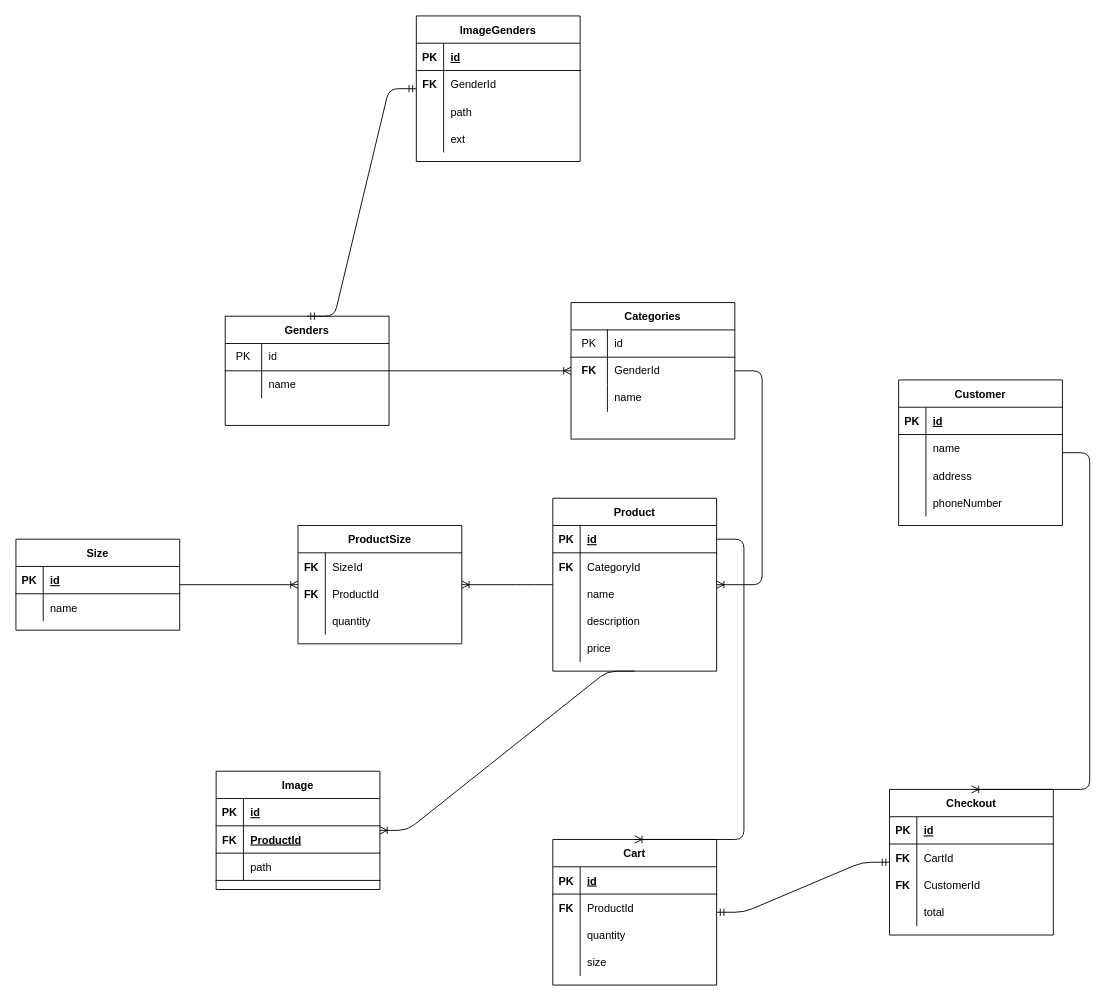
Earlier version of the draw.io diagram page "Relational" (2 of 4) of UML/sequelize-cli.drawio (pOpPyShield/EcommerceWebFinal). Source tidied: cells renumbered, new cells numbered last; positions are measured from the earlier drawing's top-left corner, leaving out a move shared by most shapes. Both pictures are drawn from the tidied source at 91%, with x=0, y=0 at pixel (15, 15).
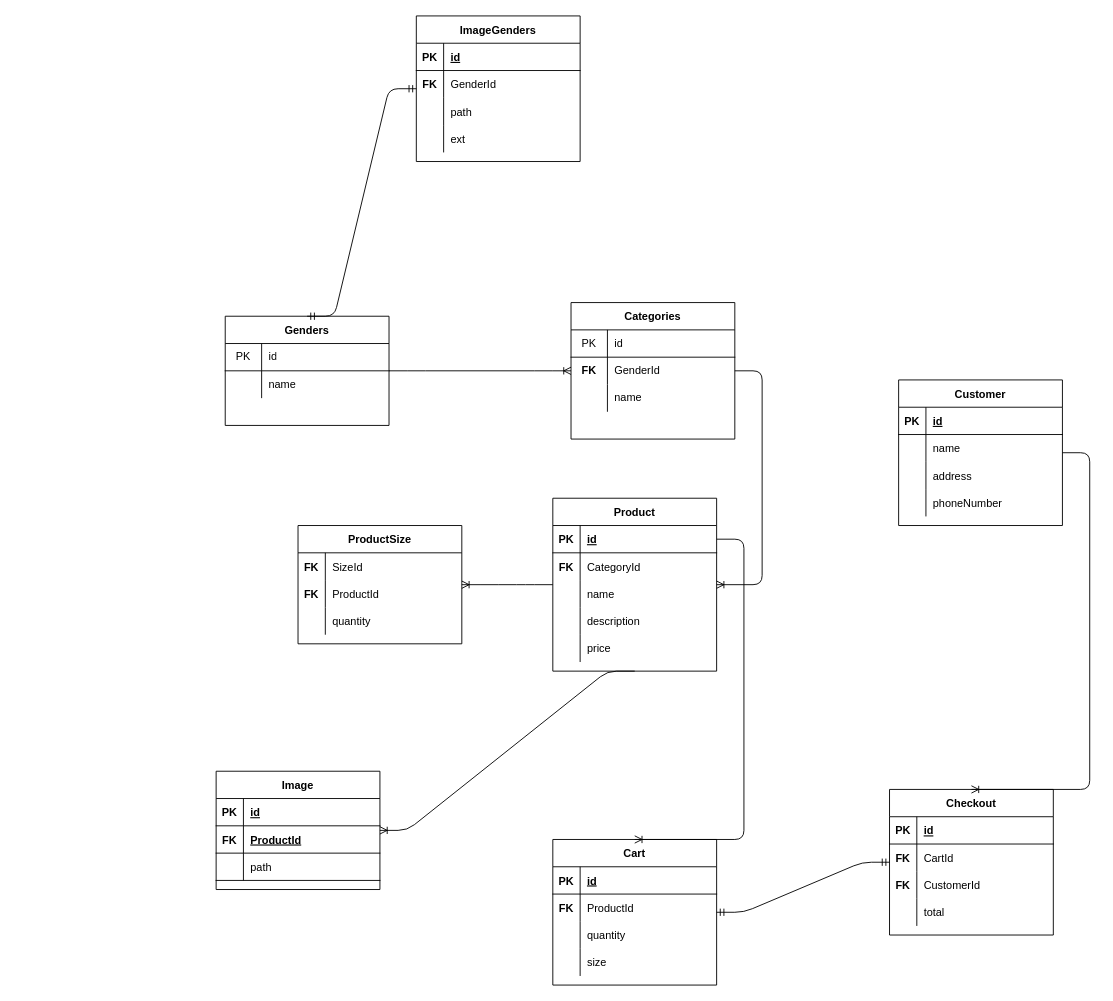
The same diagram, later.

Commit message:
Save database diagram

Unchanged cells that the change refers to:
```xml
<mxCell id="44" value="ProductSize" style="shape=table;startSize=30;childLayout=tableLayout;rowLines=0;fontStyle=1;align=center;" parent="1" vertex="1">
  <mxGeometry x="310" y="560" width="180" height="130" as="geometry" />
</mxCell>
```

Diff of the diagram source:
```diff
@@
-    <mxCell id="37" value="Size" style="shape=table;startSize=30;childLayout=tableLayout;rowLines=0;fontStyle=1;align=center;" parent="1" vertex="1">
-      <mxGeometry y="575" width="180" height="100" as="geometry" />
-    </mxCell>
-    <mxCell id="38" style="shape=partialRectangle;fillColor=none;top=0;left=0;bottom=1;right=0;" parent="37" vertex="1">
-      <mxGeometry y="30" width="180" height="30" as="geometry" />
-    </mxCell>
-    <mxCell id="39" value="PK" style="shape=partialRectangle;fillColor=none;top=0;left=0;bottom=0;right=0;fontStyle=1;overflow=hidden;" parent="38" vertex="1">
-      <mxGeometry width="30" height="30" as="geometry" />
-    </mxCell>
-    <mxCell id="40" value="id" style="shape=partialRectangle;fillColor=none;top=0;left=0;bottom=0;right=0;align=left;spacingLeft=6;fontStyle=5;overflow=hidden;" parent="38" vertex="1">
-      <mxGeometry x="30" width="150" height="30" as="geometry" />
-    </mxCell>
-    <mxCell id="41" style="shape=partialRectangle;fillColor=none;top=0;left=0;bottom=0;right=0;" parent="37" vertex="1">
-      <mxGeometry y="60" width="180" height="30" as="geometry" />
-    </mxCell>
-    <mxCell id="42" style="shape=partialRectangle;fillColor=none;top=0;left=0;bottom=0;right=0;overflow=hidden;" parent="41" vertex="1">
-      <mxGeometry width="30" height="30" as="geometry" />
-    </mxCell>
-    <mxCell id="43" value="name" style="shape=partialRectangle;fillColor=none;top=0;left=0;bottom=0;right=0;align=left;spacingLeft=6;overflow=hidden;" parent="41" vertex="1">
-      <mxGeometry x="30" width="150" height="30" as="geometry" />
-    </mxCell>
@@
-    <mxCell id="54" style="edgeStyle=entityRelationEdgeStyle;fontSize=12;html=1;endArrow=ERoneToMany;" parent="1" edge="1" source="37" target="44">
-      <mxGeometry relative="1" as="geometry" />
-    </mxCell>
```
